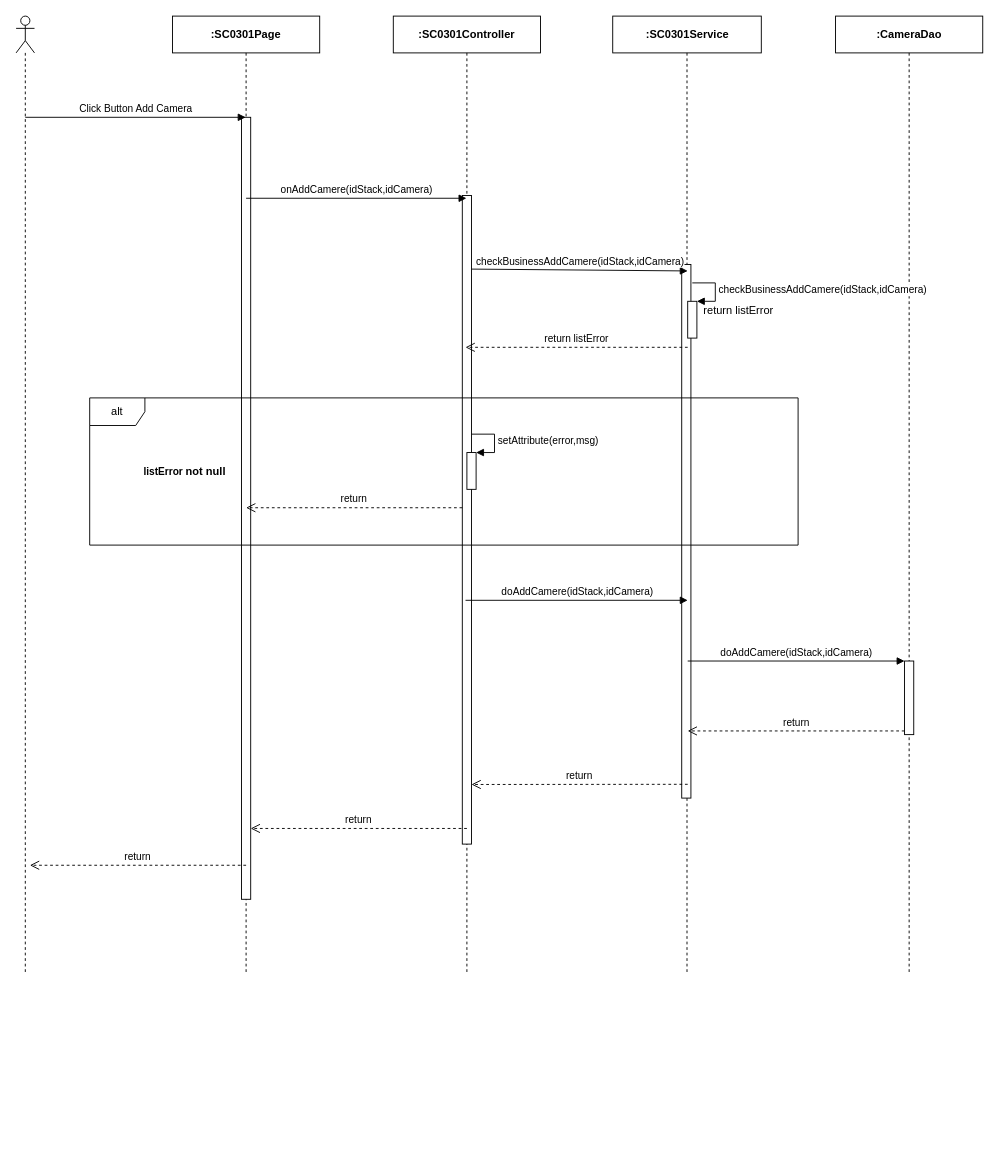
luannmdev/CapstoneDocument keeps this draw.io diagram as page "Ev05" (5 of 10) of Users/LuanNM/SEQ Diagram Review/sc03/SC0301_StackDetail.drawio. Above is the earlier version. Source tidied: cells renumbered, new cells numbered last; positions are measured from the earlier drawing's top-left corner, leaving out a move shared by most shapes. Both pictures are drawn from the tidied source at 92%, with x=0, y=0 at pixel (16, 16).
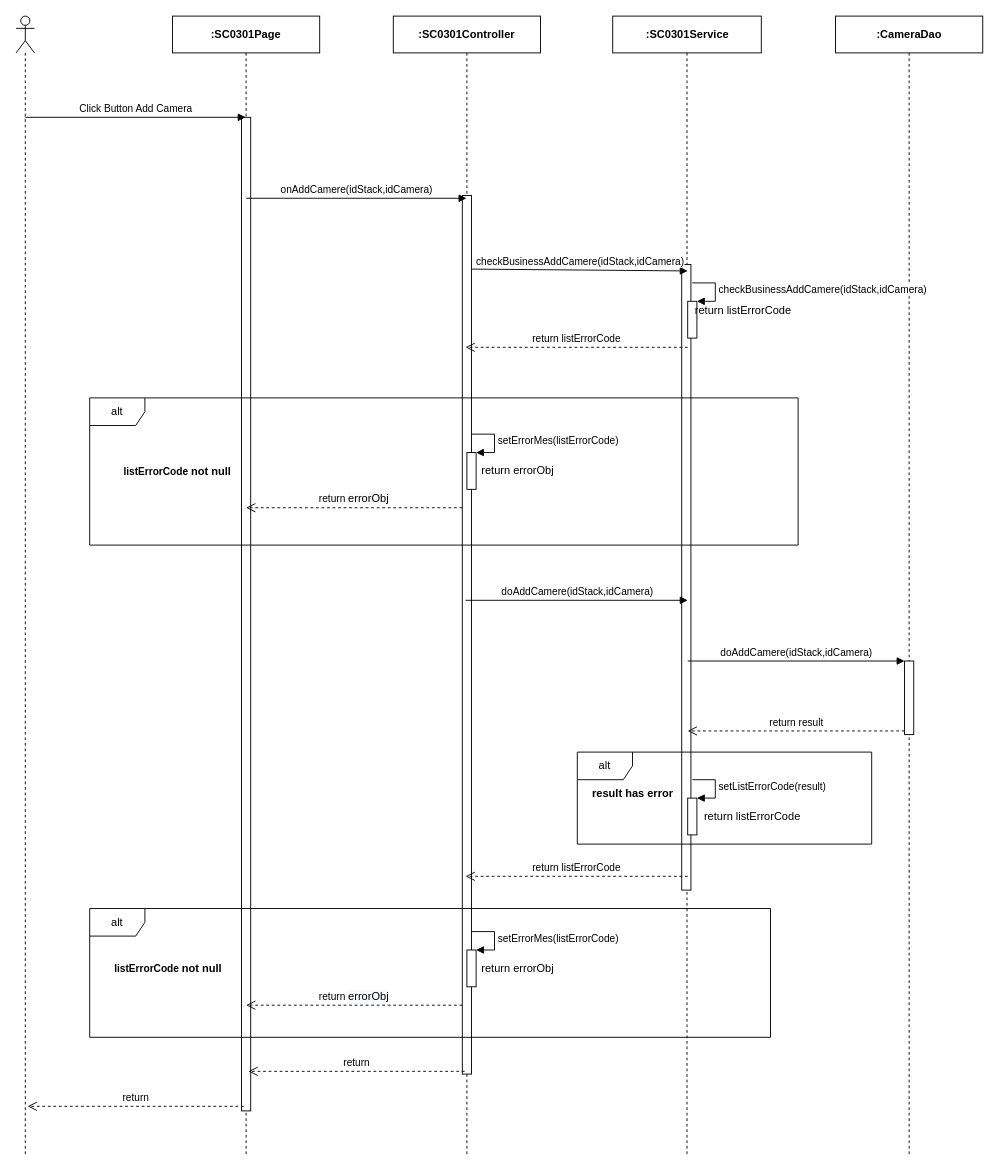
The same diagram, later.

Unchanged cells that the change refers to:
```xml
<mxCell id="16" style="html=1;points=[];perimeter=orthogonalPerimeter;" parent="1" vertex="1">
  <mxGeometry x="490" y="474.4" width="10" height="40" as="geometry" />
</mxCell>
<mxCell id="24" style="html=1;points=[];perimeter=orthogonalPerimeter;" parent="1" vertex="1">
  <mxGeometry x="965.7" y="701" width="10" height="80" as="geometry" />
</mxCell>
```

Change to the diagram source:
```diff
@@
     <mxCell id="2" style="shape=umlLifeline;participant=umlActor;perimeter=lifelinePerimeter;whiteSpace=wrap;html=1;verticalAlign=top;spacingTop=36;" parent="1" vertex="1">
-      <mxGeometry width="20" height="1040" as="geometry" />
+      <mxGeometry width="20" height="1240" as="geometry" />
     </mxCell>
     <mxCell id="3" value="&lt;b&gt;:SC0301Page&lt;/b&gt;" style="shape=umlLifeline;perimeter=lifelinePerimeter;whiteSpace=wrap;html=1;outlineConnect=0;" parent="1" vertex="1">
-      <mxGeometry x="170" width="160" height="1040" as="geometry" />
+      <mxGeometry x="170" width="160" height="1240" as="geometry" />
     </mxCell>
     <mxCell id="4" style="html=1;perimeter=orthogonalPerimeter;" parent="3" vertex="1">
-      <mxGeometry x="75" y="110" width="10" height="850" as="geometry" />
+      <mxGeometry x="75" y="110" width="10" height="1080" as="geometry" />
     </mxCell>
     <mxCell id="5" value="&lt;b&gt;:CameraDao&lt;/b&gt;" style="shape=umlLifeline;perimeter=lifelinePerimeter;whiteSpace=wrap;html=1;" parent="1" vertex="1">
-      <mxGeometry x="890.7" width="160" height="1040" as="geometry" />
+      <mxGeometry x="890.7" width="160" height="1240" as="geometry" />
     </mxCell>
     <mxCell id="6" value="&lt;b&gt;:&lt;/b&gt;&lt;b&gt;SC0301&lt;/b&gt;&lt;b&gt;Service&lt;/b&gt;" style="shape=umlLifeline;perimeter=lifelinePerimeter;whiteSpace=wrap;html=1;" parent="1" vertex="1">
-      <mxGeometry x="648.5" width="161.5" height="1040" as="geometry" />
+      <mxGeometry x="648.5" width="161.5" height="1240" as="geometry" />
     </mxCell>
     <mxCell id="7" style="html=1;perimeter=orthogonalPerimeter;" parent="6" vertex="1">
-      <mxGeometry x="75" y="270" width="10" height="580" as="geometry" />
+      <mxGeometry x="75" y="270" width="10" height="680" as="geometry" />
     </mxCell>
     <mxCell id="8" value="&lt;b&gt;:SC0301Controller&lt;/b&gt;" style="shape=umlLifeline;perimeter=lifelinePerimeter;whiteSpace=wrap;html=1;" parent="1" vertex="1">
-      <mxGeometry x="410" width="160" height="1040" as="geometry" />
+      <mxGeometry x="410" width="160" height="1240" as="geometry" />
     </mxCell>
     <mxCell id="9" style="html=1;perimeter=orthogonalPerimeter;" parent="8" vertex="1">
-      <mxGeometry x="75" y="195" width="10" height="705" as="geometry" />
+      <mxGeometry x="75" y="195" width="10" height="955" as="geometry" />
     </mxCell>
@@
-    <mxCell id="13" value="return listError" style="html=1;verticalAlign=bottom;endArrow=open;dashed=1;endSize=8;" parent="1" edge="1">
+    <mxCell id="13" value="return listErrorCode" style="html=1;verticalAlign=bottom;endArrow=open;dashed=1;endSize=8;" parent="1" edge="1">
       <mxGeometry relative="1" as="geometry">
         <mxPoint x="730" y="360" as="sourcePoint" />
         <mxPoint x="488.5" y="360" as="targetPoint" />
       </mxGeometry>
     </mxCell>
@@
-    <mxCell id="15" value="&lt;span style=&quot;font-size: 11px ; background-color: rgb(255 , 255 , 255)&quot;&gt;&lt;b&gt;listError&amp;nbsp;&lt;/b&gt;&lt;/span&gt;&lt;b&gt;not null&lt;/b&gt;" style="text;html=1;align=center;verticalAlign=middle;" parent="1" vertex="1">
-      <mxGeometry x="133" y="485" width="100" height="20" as="geometry" />
+    <mxCell id="15" value="&lt;b&gt;&lt;span style=&quot;font-size: 11px ; background-color: rgb(255 , 255 , 255)&quot;&gt;listErrorCode&amp;nbsp;&lt;/span&gt;not null&lt;/b&gt;" style="text;html=1;align=center;verticalAlign=middle;" parent="1" vertex="1">
+      <mxGeometry x="110" y="485" width="130" height="20" as="geometry" />
     </mxCell>
@@
-    <mxCell id="17" value="setAttribute(error,msg)" style="edgeStyle=orthogonalEdgeStyle;html=1;align=left;spacingLeft=2;endArrow=block;rounded=0;entryX=1;entryY=0;" parent="1" edge="1" target="16">
+    <mxCell id="17" value="setErrorMes(listErrorCode)" style="edgeStyle=orthogonalEdgeStyle;html=1;align=left;spacingLeft=2;endArrow=block;rounded=0;entryX=1;entryY=0;" parent="1" edge="1" target="16">
       <mxGeometry relative="1" as="geometry">
         <mxPoint x="495" y="454.4" as="sourcePoint" />
         <Array as="points">
           <mxPoint x="520" y="454.4" />
         </Array>
       </mxGeometry>
     </mxCell>
-    <mxCell id="18" value="return" style="html=1;verticalAlign=bottom;endArrow=open;dashed=1;endSize=8;" parent="1" edge="1">
+    <mxCell id="18" value="return&amp;nbsp;&lt;span style=&quot;font-size: 12px ; background-color: rgb(248 , 249 , 250)&quot;&gt;errorObj&lt;/span&gt;" style="html=1;verticalAlign=bottom;endArrow=open;dashed=1;endSize=8;" parent="1" edge="1">
       <mxGeometry relative="1" as="geometry">
         <mxPoint x="485" y="534.4" as="sourcePoint" />
         <mxPoint x="250" y="534.4" as="targetPoint" />
       </mxGeometry>
     </mxCell>
@@
-    <mxCell id="20" value="return" style="html=1;verticalAlign=bottom;endArrow=open;dashed=1;endSize=8;" parent="1" edge="1">
-      <mxGeometry relative="1" as="geometry">
-        <mxPoint x="730" y="835" as="sourcePoint" />
-        <mxPoint x="495" y="835.2" as="targetPoint" />
-      </mxGeometry>
-    </mxCell>
@@
-    <mxCell id="23" value="return listError" style="text;html=1;align=center;verticalAlign=middle;" parent="1" vertex="1">
-      <mxGeometry x="740" y="310" width="90" height="20" as="geometry" />
+    <mxCell id="23" value="return listErrorCode" style="text;html=1;align=center;verticalAlign=middle;" parent="1" vertex="1">
+      <mxGeometry x="730" y="310" width="120" height="20" as="geometry" />
     </mxCell>
@@
-    <mxCell id="26" value="return" style="html=1;verticalAlign=bottom;endArrow=open;dashed=1;endSize=8;exitX=0;exitY=0.95;" parent="1" edge="1" source="24">
+    <mxCell id="26" value="return result" style="html=1;verticalAlign=bottom;endArrow=open;dashed=1;endSize=8;exitX=0;exitY=0.95;" parent="1" edge="1" source="24">
       <mxGeometry relative="1" as="geometry">
         <mxPoint x="730" y="777" as="targetPoint" />
       </mxGeometry>
     </mxCell>
     <mxCell id="27" value="return" style="html=1;verticalAlign=bottom;endArrow=open;dashed=1;endSize=8;" parent="1" edge="1">
       <mxGeometry relative="1" as="geometry">
-        <mxPoint x="490" y="883" as="sourcePoint" />
-        <mxPoint x="255" y="883" as="targetPoint" />
+        <mxPoint x="487.5" y="1147" as="sourcePoint" />
+        <mxPoint x="252.5" y="1147" as="targetPoint" />
       </mxGeometry>
     </mxCell>
     <mxCell id="28" value="return" style="html=1;verticalAlign=bottom;endArrow=open;dashed=1;endSize=8;" parent="1" edge="1">
       <mxGeometry relative="1" as="geometry">
-        <mxPoint x="250" y="923" as="sourcePoint" />
-        <mxPoint x="15" y="923" as="targetPoint" />
+        <mxPoint x="247.5" y="1185" as="sourcePoint" />
+        <mxPoint x="12.5" y="1185" as="targetPoint" />
       </mxGeometry>
     </mxCell>
+    <mxCell id="29" value="return errorObj" style="text;html=1;align=center;verticalAlign=middle;" parent="1" vertex="1">
+      <mxGeometry x="500" y="484.4" width="90" height="20" as="geometry" />
+    </mxCell>
+    <mxCell id="30" value="alt" style="shape=umlFrame;whiteSpace=wrap;html=1;" parent="1" vertex="1">
+      <mxGeometry x="80" y="970" width="740" height="140" as="geometry" />
+    </mxCell>
+    <mxCell id="31" value="result has error" style="text;html=1;align=center;verticalAlign=middle;fontStyle=1;" parent="1" vertex="1">
+      <mxGeometry x="620" y="835" width="100" height="20" as="geometry" />
+    </mxCell>
+    <mxCell id="32" style="html=1;points=[];perimeter=orthogonalPerimeter;" parent="1" vertex="1">
+      <mxGeometry x="730" y="850" width="10" height="40" as="geometry" />
+    </mxCell>
+    <mxCell id="33" value="setListErrorCode(result)" style="edgeStyle=orthogonalEdgeStyle;html=1;align=left;spacingLeft=2;endArrow=block;rounded=0;entryX=1;entryY=0;" parent="1" edge="1" target="32">
+      <mxGeometry relative="1" as="geometry">
+        <mxPoint x="735" y="830" as="sourcePoint" />
+        <Array as="points">
+          <mxPoint x="760" y="830" />
+        </Array>
+      </mxGeometry>
+    </mxCell>
+    <mxCell id="34" value="return listErrorCode" style="text;html=1;align=center;verticalAlign=middle;" parent="1" vertex="1">
+      <mxGeometry x="740" y="860" width="120" height="20" as="geometry" />
+    </mxCell>
+    <mxCell id="35" style="html=1;points=[];perimeter=orthogonalPerimeter;" parent="1" vertex="1">
+      <mxGeometry x="490" y="1015.1" width="10" height="40" as="geometry" />
+    </mxCell>
+    <mxCell id="36" value="setErrorMes(listErrorCode)" style="edgeStyle=orthogonalEdgeStyle;html=1;align=left;spacingLeft=2;endArrow=block;rounded=0;entryX=1;entryY=0;" parent="1" edge="1" target="35">
+      <mxGeometry relative="1" as="geometry">
+        <mxPoint x="495" y="995.1" as="sourcePoint" />
+        <Array as="points">
+          <mxPoint x="520" y="995.1" />
+        </Array>
+      </mxGeometry>
+    </mxCell>
+    <mxCell id="37" value="return&amp;nbsp;&lt;span style=&quot;font-size: 12px ; background-color: rgb(248 , 249 , 250)&quot;&gt;errorObj&lt;/span&gt;" style="html=1;verticalAlign=bottom;endArrow=open;dashed=1;endSize=8;" parent="1" edge="1">
+      <mxGeometry relative="1" as="geometry">
+        <mxPoint x="485" y="1075.1" as="sourcePoint" />
+        <mxPoint x="250" y="1075.1" as="targetPoint" />
+      </mxGeometry>
+    </mxCell>
+    <mxCell id="38" value="return errorObj" style="text;html=1;align=center;verticalAlign=middle;" parent="1" vertex="1">
+      <mxGeometry x="500" y="1025.1" width="90" height="20" as="geometry" />
+    </mxCell>
+    <mxCell id="39" value="return listErrorCode" style="html=1;verticalAlign=bottom;endArrow=open;dashed=1;endSize=8;" parent="1" edge="1">
+      <mxGeometry relative="1" as="geometry">
+        <mxPoint x="730" y="935" as="sourcePoint" />
+        <mxPoint x="488.5" y="935" as="targetPoint" />
+      </mxGeometry>
+    </mxCell>
+    <mxCell id="40" value="&lt;b&gt;&lt;span style=&quot;font-size: 11px ; background-color: rgb(255 , 255 , 255)&quot;&gt;listErrorCode&amp;nbsp;&lt;/span&gt;not null&lt;/b&gt;" style="text;html=1;align=center;verticalAlign=middle;" parent="1" vertex="1">
+      <mxGeometry x="100" y="1025.1" width="130" height="20" as="geometry" />
+    </mxCell>
+    <mxCell id="41" value="alt" style="shape=umlFrame;whiteSpace=wrap;html=1;" parent="1" vertex="1">
+      <mxGeometry x="610" y="800" width="320" height="100" as="geometry" />
+    </mxCell>
```
